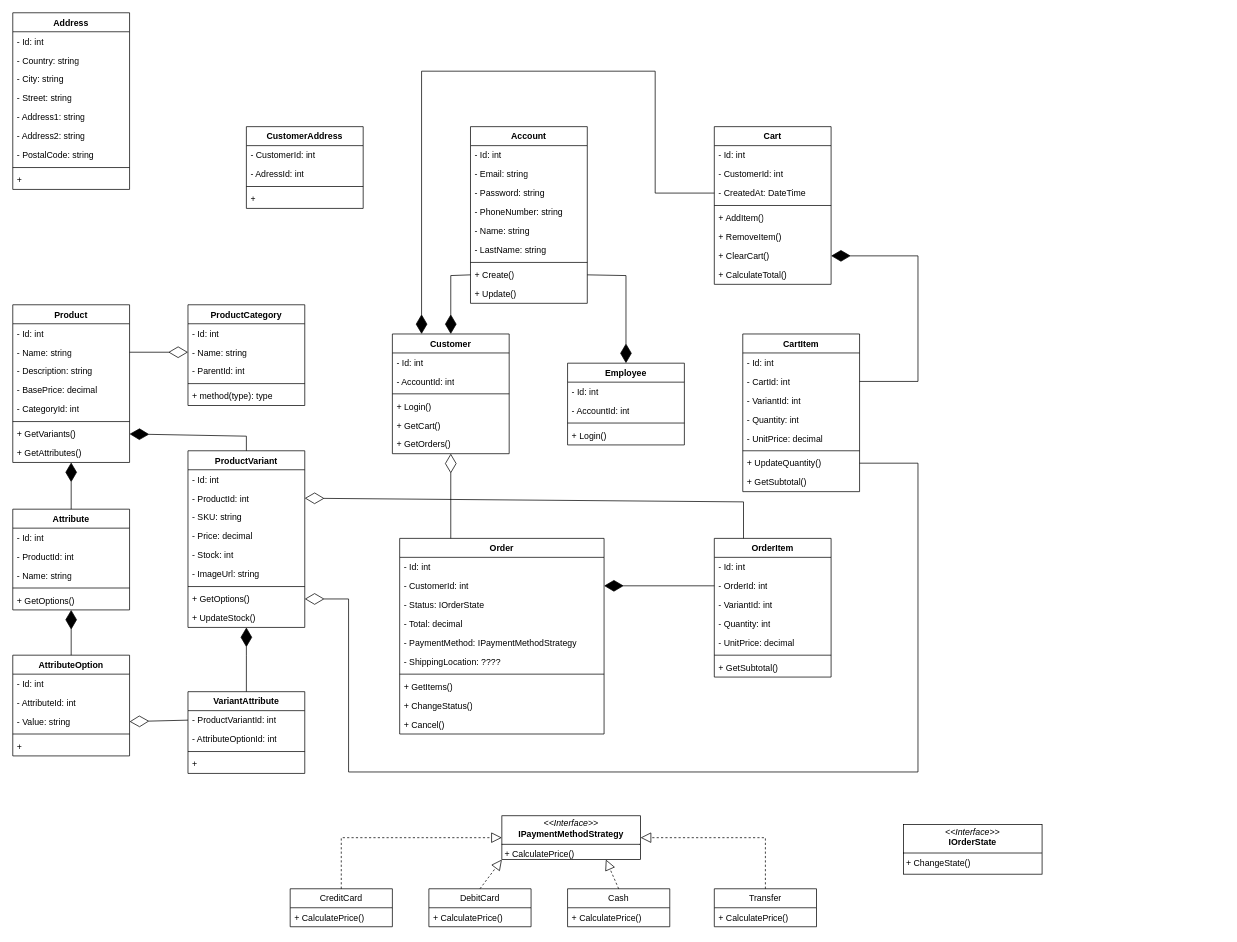
Earlier version of the draw.io diagram Ecommerce diagramm.drawio (Francisco-Galea/Diagramas-y-Otros). Source tidied: cells renumbered, new cells numbered last; positions are measured from the earlier drawing's top-left corner, leaving out a move shared by most shapes. Both pictures are drawn from the tidied source at 73%, with x=0, y=0 at pixel (12, 12).
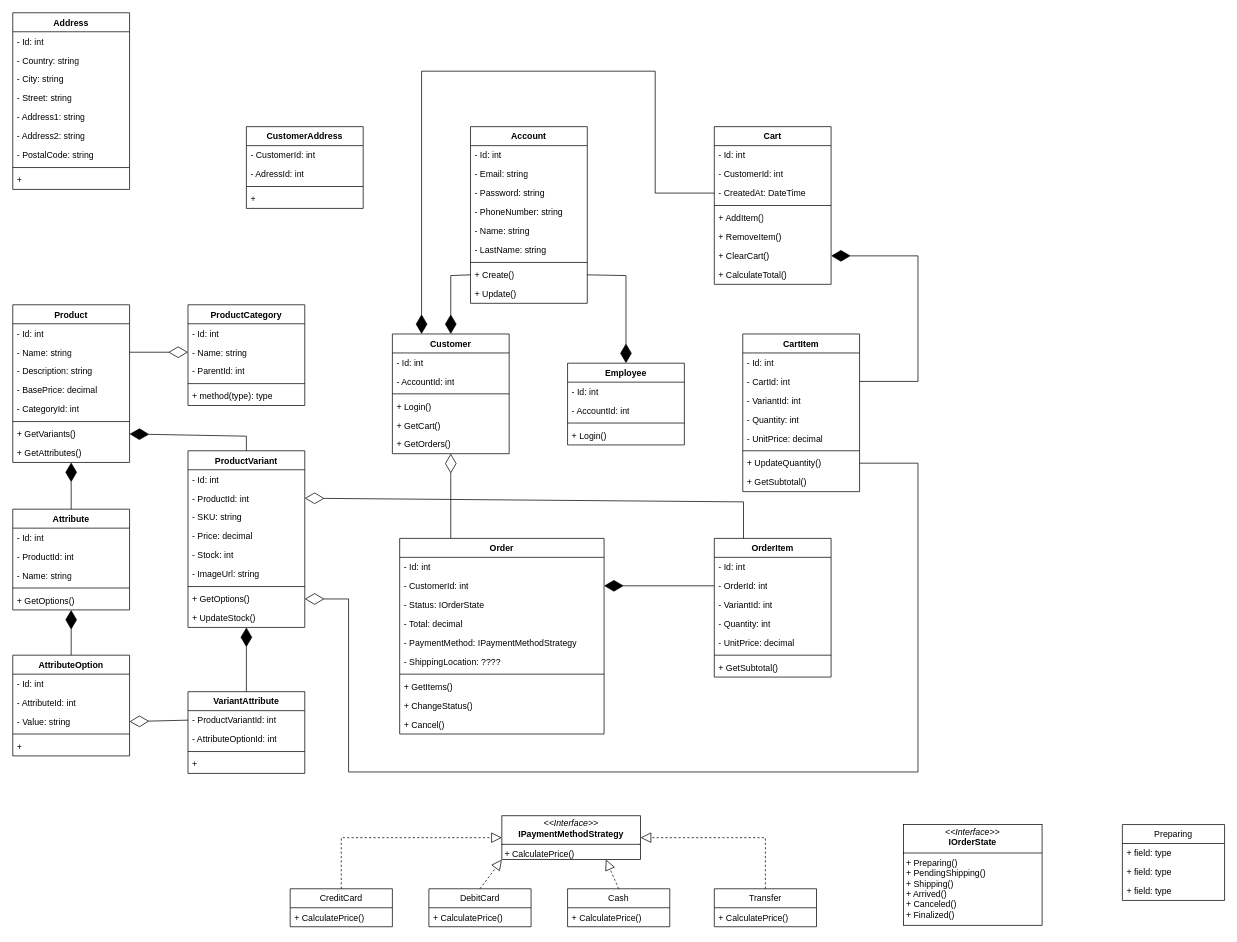
The same diagram, later.

The edit, as a diff of the source:
```diff
@@
-    <mxCell id="130" value="&lt;p style=&quot;margin:0px;margin-top:4px;text-align:center;&quot;&gt;&lt;i&gt;&amp;lt;&amp;lt;Interface&amp;gt;&amp;gt;&lt;/i&gt;&lt;br&gt;&lt;b&gt;IOrderState&lt;/b&gt;&lt;/p&gt;&lt;hr size=&quot;1&quot; style=&quot;border-style:solid;&quot;&gt;&lt;p style=&quot;margin:0px;margin-left:4px;&quot;&gt;+ ChangeState()&lt;/p&gt;" style="verticalAlign=top;align=left;overflow=fill;html=1;whiteSpace=wrap;" parent="1" vertex="1">
-      <mxGeometry x="1220" y="1112" width="190" height="68" as="geometry" />
+    <mxCell id="130" value="&lt;p style=&quot;margin:0px;margin-top:4px;text-align:center;&quot;&gt;&lt;i&gt;&amp;lt;&amp;lt;Interface&amp;gt;&amp;gt;&lt;/i&gt;&lt;br&gt;&lt;b&gt;IOrderState&lt;/b&gt;&lt;/p&gt;&lt;hr size=&quot;1&quot; style=&quot;border-style:solid;&quot;&gt;&lt;p style=&quot;margin:0px;margin-left:4px;&quot;&gt;+ Preparing()&lt;/p&gt;&lt;p style=&quot;margin:0px;margin-left:4px;&quot;&gt;+ PendingShipping()&lt;/p&gt;&lt;p style=&quot;margin:0px;margin-left:4px;&quot;&gt;+ Shipping()&lt;/p&gt;&lt;p style=&quot;margin:0px;margin-left:4px;&quot;&gt;+ Arrived()&lt;/p&gt;&lt;p style=&quot;margin:0px;margin-left:4px;&quot;&gt;+ Canceled()&lt;/p&gt;&lt;p style=&quot;margin:0px;margin-left:4px;&quot;&gt;+ Finalized()&lt;/p&gt;&lt;p style=&quot;margin:0px;margin-left:4px;&quot;&gt;&lt;br&gt;&lt;/p&gt;" style="verticalAlign=top;align=left;overflow=fill;html=1;whiteSpace=wrap;" parent="1" vertex="1">
+      <mxGeometry x="1220" y="1112" width="190" height="138" as="geometry" />
     </mxCell>
@@
+    <mxCell id="146" value="Preparing" style="swimlane;fontStyle=0;horizontal=1;startSize=26;fillColor=none;whiteSpace=wrap;html=1;" parent="1" vertex="1">
+      <mxGeometry x="1520" y="1112" width="140" height="104" as="geometry" />
+    </mxCell>
+    <mxCell id="147" value="+ field: type" style="text;strokeColor=none;fillColor=none;align=left;verticalAlign=top;spacingLeft=4;spacingRight=4;overflow=hidden;whiteSpace=wrap;html=1;" parent="146" vertex="1">
+      <mxGeometry y="26" width="140" height="26" as="geometry" />
+    </mxCell>
+    <mxCell id="148" value="+ field: type" style="text;strokeColor=none;fillColor=none;align=left;verticalAlign=top;spacingLeft=4;spacingRight=4;overflow=hidden;whiteSpace=wrap;html=1;" parent="146" vertex="1">
+      <mxGeometry y="52" width="140" height="26" as="geometry" />
+    </mxCell>
+    <mxCell id="149" value="+ field: type" style="text;strokeColor=none;fillColor=none;align=left;verticalAlign=top;spacingLeft=4;spacingRight=4;overflow=hidden;whiteSpace=wrap;html=1;" parent="146" vertex="1">
+      <mxGeometry y="78" width="140" height="26" as="geometry" />
+    </mxCell>
```
